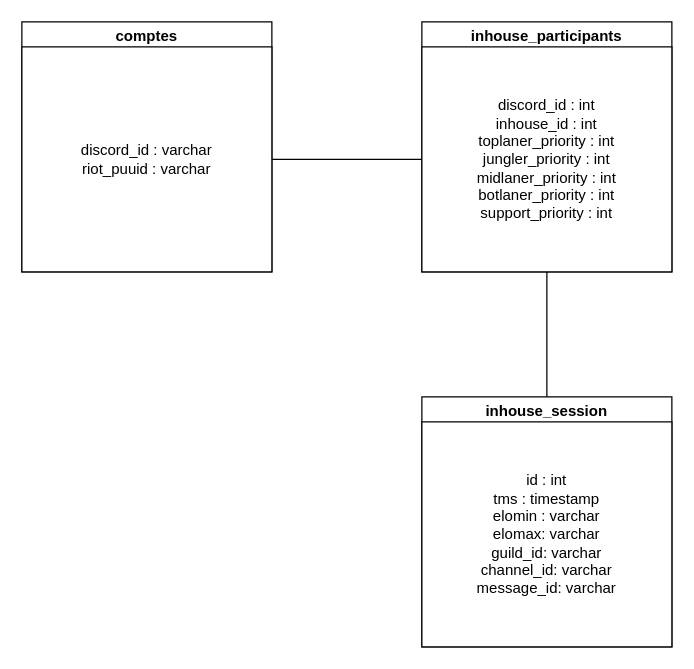
Above: database/database.drawio in Evileoo/beta-bot (draw.io), before the change. Source tidied: cells renumbered, new cells numbered last; positions are measured from the earlier drawing's top-left corner, leaving out a move shared by most shapes. Both pictures are drawn from the tidied source at 125%, with x=0, y=0 at pixel (21, 21).
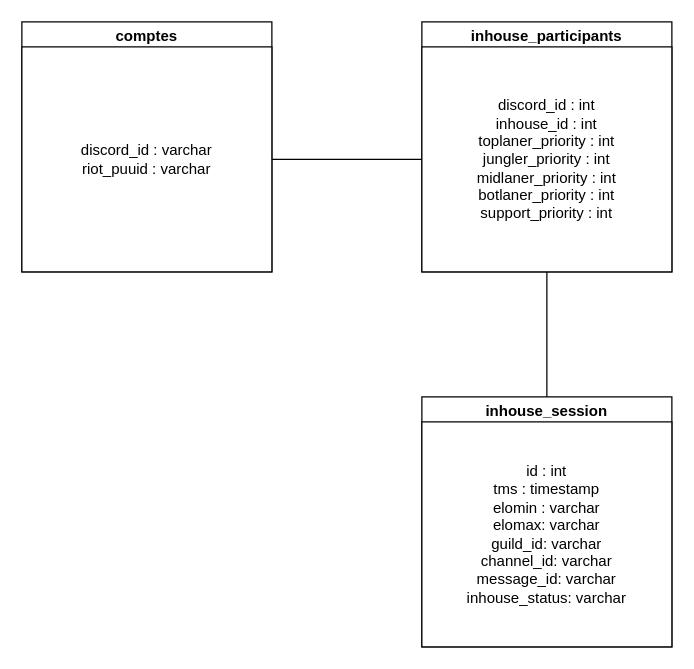
After the change.

Diff of the diagram source:
```diff
@@
 <mxGraphModel>
   <root>
     <mxCell id="0" />
     <mxCell id="1" parent="0" />
     <mxCell id="2" value="comptes" style="swimlane;whiteSpace=wrap;html=1;" parent="1" vertex="1">
       <mxGeometry width="200" height="200" as="geometry" />
     </mxCell>
     <mxCell id="3" value="discord_id : varchar&lt;br&gt;riot_puuid : varchar" style="rounded=0;whiteSpace=wrap;html=1;" parent="2" vertex="1">
       <mxGeometry y="20" width="200" height="180" as="geometry" />
     </mxCell>
     <mxCell id="4" value="inhouse_session" style="swimlane;whiteSpace=wrap;html=1;" parent="1" vertex="1">
       <mxGeometry x="320" y="300" width="200" height="200" as="geometry" />
     </mxCell>
-    <mxCell id="5" value="id : int&lt;br&gt;tms : timestamp&lt;br&gt;elomin : varchar&lt;br&gt;elomax: varchar&lt;br&gt;guild_id: varchar&lt;br&gt;channel_id: varchar&lt;br&gt;message_id: varchar" style="rounded=0;whiteSpace=wrap;html=1;" parent="4" vertex="1">
+    <mxCell id="5" value="id : int&lt;br&gt;tms : timestamp&lt;br&gt;elomin : varchar&lt;br&gt;elomax: varchar&lt;br&gt;guild_id: varchar&lt;br&gt;channel_id: varchar&lt;br&gt;message_id: varchar&lt;br&gt;inhouse_status: varchar" style="rounded=0;whiteSpace=wrap;html=1;" parent="4" vertex="1">
       <mxGeometry y="20" width="200" height="180" as="geometry" />
     </mxCell>
     <mxCell id="6" value="inhouse_participants" style="swimlane;whiteSpace=wrap;html=1;" parent="1" vertex="1">
       <mxGeometry x="320" width="200" height="200" as="geometry" />
     </mxCell>
     <mxCell id="7" value="discord_id : int&lt;br&gt;inhouse_id : int&lt;br&gt;toplaner_priority : int&lt;br&gt;jungler_priority : int&lt;br&gt;midlaner_priority : int&lt;br&gt;botlaner_priority : int&lt;br&gt;support_priority : int" style="rounded=0;whiteSpace=wrap;html=1;" parent="6" vertex="1">
       <mxGeometry y="20" width="200" height="180" as="geometry" />
     </mxCell>
     <mxCell id="8" style="endArrow=none;html=1;exitX=1;exitY=0.5;exitDx=0;exitDy=0;entryX=0;entryY=0.5;entryDx=0;entryDy=0;" parent="1" edge="1" source="3" target="7">
       <mxGeometry relative="1" as="geometry" />
     </mxCell>
     <mxCell id="9" style="endArrow=none;html=1;exitX=0.5;exitY=0;exitDx=0;exitDy=0;entryX=0.5;entryY=1;entryDx=0;entryDy=0;" parent="1" edge="1" source="4" target="7">
       <mxGeometry relative="1" as="geometry" />
     </mxCell>
   </root>
 </mxGraphModel>
```
